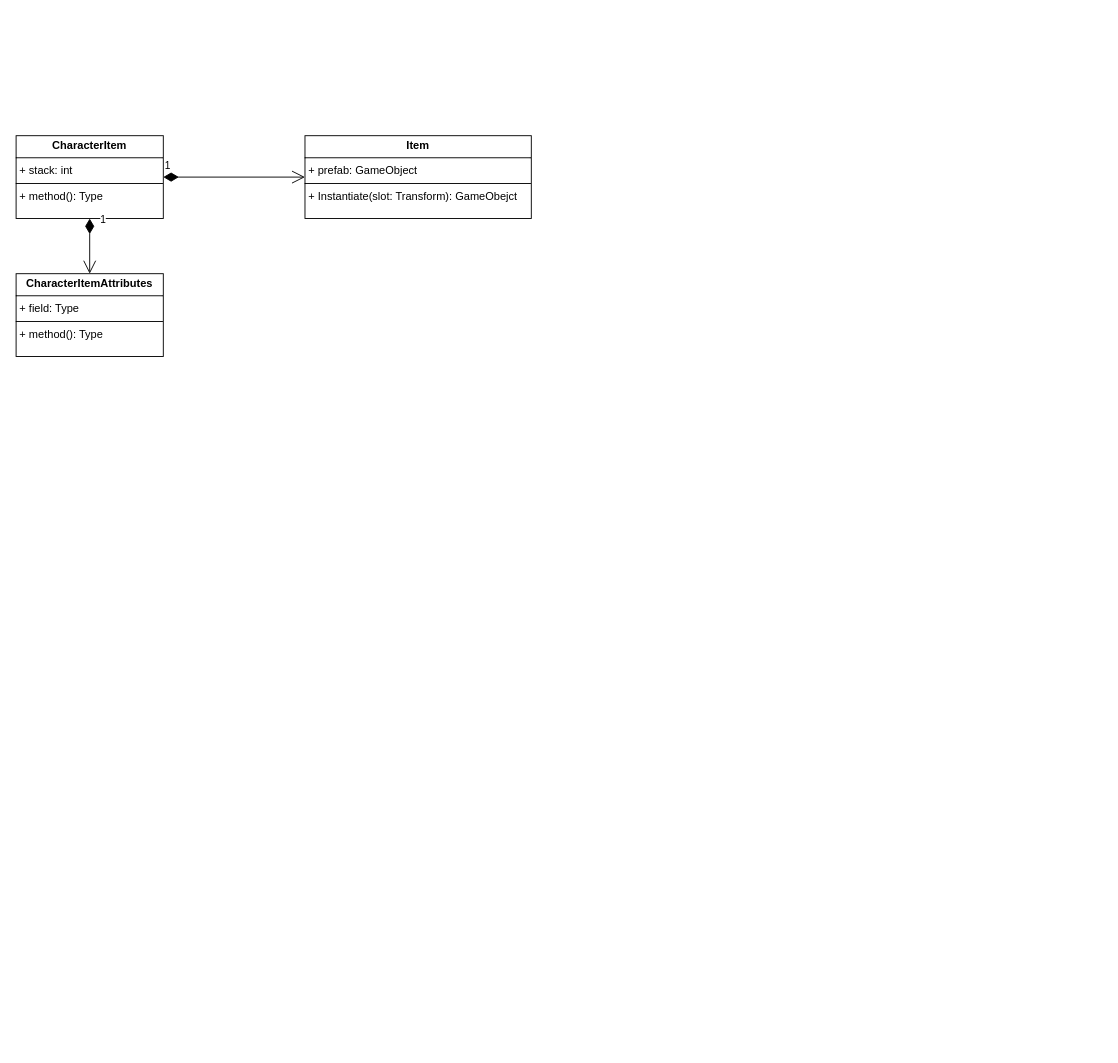
The draw.io diagram rpg.drawio in GameCater/DrawIO, before the edit. Source tidied: cells renumbered, new cells numbered last; positions are measured from the earlier drawing's top-left corner, leaving out a move shared by most shapes. Both pictures are drawn from the tidied source at 92%, with x=0, y=0 at pixel (16, 135).
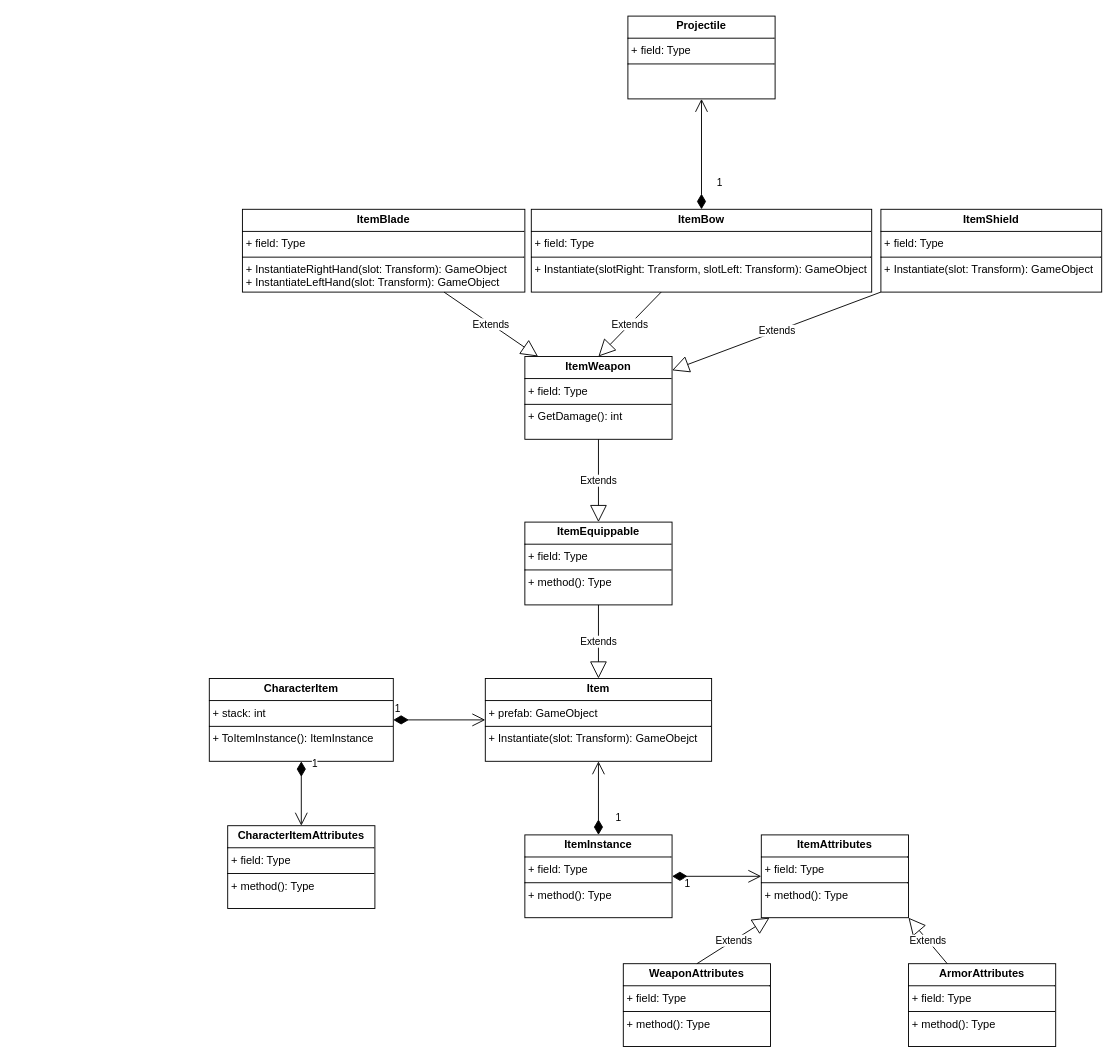
The same page after the edit.

The edit, as a diff of the source:
```diff
@@
     <mxCell id="2" value="&lt;p style=&quot;margin:0px;margin-top:4px;text-align:center;&quot;&gt;&lt;b&gt;Item&lt;/b&gt;&lt;/p&gt;&lt;hr size=&quot;1&quot; style=&quot;border-style:solid;&quot;&gt;&lt;p style=&quot;margin:0px;margin-left:4px;&quot;&gt;+ prefab: GameObject&lt;/p&gt;&lt;hr size=&quot;1&quot; style=&quot;border-style:solid;&quot;&gt;&lt;p style=&quot;margin:0px;margin-left:4px;&quot;&gt;+ Instantiate(slot: Transform): GameObejct&lt;/p&gt;" style="verticalAlign=top;align=left;overflow=fill;html=1;whiteSpace=wrap;" parent="1" vertex="1">
-      <mxGeometry x="314" width="246" height="90" as="geometry" />
+      <mxGeometry x="510" y="590" width="246" height="90" as="geometry" />
     </mxCell>
-    <mxCell id="3" value="&lt;p style=&quot;margin:0px;margin-top:4px;text-align:center;&quot;&gt;&lt;b&gt;CharacterItem&lt;/b&gt;&lt;/p&gt;&lt;hr size=&quot;1&quot; style=&quot;border-style:solid;&quot;&gt;&lt;p style=&quot;margin:0px;margin-left:4px;&quot;&gt;+ stack: int&lt;/p&gt;&lt;hr size=&quot;1&quot; style=&quot;border-style:solid;&quot;&gt;&lt;p style=&quot;margin:0px;margin-left:4px;&quot;&gt;+ method(): Type&lt;/p&gt;" style="verticalAlign=top;align=left;overflow=fill;html=1;whiteSpace=wrap;" parent="1" vertex="1">
-      <mxGeometry width="160" height="90" as="geometry" />
+    <mxCell id="3" value="&lt;p style=&quot;margin:0px;margin-top:4px;text-align:center;&quot;&gt;&lt;b&gt;CharacterItem&lt;/b&gt;&lt;/p&gt;&lt;hr size=&quot;1&quot; style=&quot;border-style:solid;&quot;&gt;&lt;p style=&quot;margin:0px;margin-left:4px;&quot;&gt;+ stack: int&lt;/p&gt;&lt;hr size=&quot;1&quot; style=&quot;border-style:solid;&quot;&gt;&lt;p style=&quot;margin:0px;margin-left:4px;&quot;&gt;+ ToItemInstance(): ItemInstance&lt;/p&gt;" style="verticalAlign=top;align=left;overflow=fill;html=1;whiteSpace=wrap;" parent="1" vertex="1">
+      <mxGeometry x="210" y="590" width="200" height="90" as="geometry" />
     </mxCell>
@@
     <mxCell id="5" value="&lt;p style=&quot;margin:0px;margin-top:4px;text-align:center;&quot;&gt;&lt;b&gt;CharacterItemAttributes&lt;/b&gt;&lt;/p&gt;&lt;hr size=&quot;1&quot; style=&quot;border-style:solid;&quot;&gt;&lt;p style=&quot;margin:0px;margin-left:4px;&quot;&gt;+ field: Type&lt;/p&gt;&lt;hr size=&quot;1&quot; style=&quot;border-style:solid;&quot;&gt;&lt;p style=&quot;margin:0px;margin-left:4px;&quot;&gt;+ method(): Type&lt;/p&gt;" style="verticalAlign=top;align=left;overflow=fill;html=1;whiteSpace=wrap;" parent="1" vertex="1">
-      <mxGeometry y="150" width="160" height="90" as="geometry" />
+      <mxGeometry x="230" y="750" width="160" height="90" as="geometry" />
     </mxCell>
@@
+    <mxCell id="7" value="&lt;p style=&quot;margin:0px;margin-top:4px;text-align:center;&quot;&gt;&lt;b&gt;ItemEquippable&lt;/b&gt;&lt;/p&gt;&lt;hr size=&quot;1&quot; style=&quot;border-style:solid;&quot;&gt;&lt;p style=&quot;margin:0px;margin-left:4px;&quot;&gt;+ field: Type&lt;/p&gt;&lt;hr size=&quot;1&quot; style=&quot;border-style:solid;&quot;&gt;&lt;p style=&quot;margin:0px;margin-left:4px;&quot;&gt;+ method(): Type&lt;/p&gt;" style="verticalAlign=top;align=left;overflow=fill;html=1;whiteSpace=wrap;" parent="1" vertex="1">
+      <mxGeometry x="553" y="420" width="160" height="90" as="geometry" />
+    </mxCell>
+    <mxCell id="8" value="Extends" style="endArrow=block;endSize=16;endFill=0;html=1;rounded=0;exitX=0.5;exitY=1;exitDx=0;exitDy=0;" parent="1" edge="1" source="7" target="2">
+      <mxGeometry relative="1" as="geometry" />
+    </mxCell>
+    <mxCell id="9" value="&lt;p style=&quot;margin:0px;margin-top:4px;text-align:center;&quot;&gt;&lt;b&gt;ItemInstance&lt;/b&gt;&lt;/p&gt;&lt;hr size=&quot;1&quot; style=&quot;border-style:solid;&quot;&gt;&lt;p style=&quot;margin:0px;margin-left:4px;&quot;&gt;+ field: Type&lt;/p&gt;&lt;hr size=&quot;1&quot; style=&quot;border-style:solid;&quot;&gt;&lt;p style=&quot;margin:0px;margin-left:4px;&quot;&gt;+ method(): Type&lt;/p&gt;" style="verticalAlign=top;align=left;overflow=fill;html=1;whiteSpace=wrap;" parent="1" vertex="1">
+      <mxGeometry x="553" y="760" width="160" height="90" as="geometry" />
+    </mxCell>
+    <mxCell id="10" value="1" style="endArrow=open;html=1;endSize=12;startArrow=diamondThin;startSize=14;startFill=1;edgeStyle=orthogonalEdgeStyle;align=left;verticalAlign=bottom;rounded=0;exitX=0.5;exitY=0;exitDx=0;exitDy=0;" parent="1" edge="1" source="9" target="2">
+      <mxGeometry x="-0.75" y="-17" relative="1" as="geometry" />
+    </mxCell>
+    <mxCell id="11" value="&lt;p style=&quot;margin:0px;margin-top:4px;text-align:center;&quot;&gt;&lt;b&gt;ItemAttributes&lt;/b&gt;&lt;/p&gt;&lt;hr size=&quot;1&quot; style=&quot;border-style:solid;&quot;&gt;&lt;p style=&quot;margin:0px;margin-left:4px;&quot;&gt;+ field: Type&lt;/p&gt;&lt;hr size=&quot;1&quot; style=&quot;border-style:solid;&quot;&gt;&lt;p style=&quot;margin:0px;margin-left:4px;&quot;&gt;+ method(): Type&lt;/p&gt;" style="verticalAlign=top;align=left;overflow=fill;html=1;whiteSpace=wrap;" parent="1" vertex="1">
+      <mxGeometry x="810" y="760" width="160" height="90" as="geometry" />
+    </mxCell>
+    <mxCell id="12" value="1" style="endArrow=open;html=1;endSize=12;startArrow=diamondThin;startSize=14;startFill=1;edgeStyle=orthogonalEdgeStyle;align=left;verticalAlign=bottom;rounded=0;exitX=1;exitY=0.5;exitDx=0;exitDy=0;" parent="1" edge="1" source="9" target="11">
+      <mxGeometry x="-0.75" y="-17" relative="1" as="geometry" />
+    </mxCell>
+    <mxCell id="13" value="&lt;p style=&quot;margin:0px;margin-top:4px;text-align:center;&quot;&gt;&lt;b&gt;WeaponAttributes&lt;/b&gt;&lt;/p&gt;&lt;hr size=&quot;1&quot; style=&quot;border-style:solid;&quot;&gt;&lt;p style=&quot;margin:0px;margin-left:4px;&quot;&gt;+ field: Type&lt;/p&gt;&lt;hr size=&quot;1&quot; style=&quot;border-style:solid;&quot;&gt;&lt;p style=&quot;margin:0px;margin-left:4px;&quot;&gt;+ method(): Type&lt;/p&gt;" style="verticalAlign=top;align=left;overflow=fill;html=1;whiteSpace=wrap;" parent="1" vertex="1">
+      <mxGeometry x="660" y="900" width="160" height="90" as="geometry" />
+    </mxCell>
+    <mxCell id="14" value="&lt;p style=&quot;margin:0px;margin-top:4px;text-align:center;&quot;&gt;&lt;b&gt;ArmorAttributes&lt;/b&gt;&lt;/p&gt;&lt;hr size=&quot;1&quot; style=&quot;border-style:solid;&quot;&gt;&lt;p style=&quot;margin:0px;margin-left:4px;&quot;&gt;+ field: Type&lt;/p&gt;&lt;hr size=&quot;1&quot; style=&quot;border-style:solid;&quot;&gt;&lt;p style=&quot;margin:0px;margin-left:4px;&quot;&gt;+ method(): Type&lt;/p&gt;" style="verticalAlign=top;align=left;overflow=fill;html=1;whiteSpace=wrap;" parent="1" vertex="1">
+      <mxGeometry x="970" y="900" width="160" height="90" as="geometry" />
+    </mxCell>
+    <mxCell id="15" value="Extends" style="endArrow=block;endSize=16;endFill=0;html=1;rounded=0;exitX=0.5;exitY=0;exitDx=0;exitDy=0;" parent="1" edge="1" source="13" target="11">
+      <mxGeometry relative="1" as="geometry" />
+    </mxCell>
+    <mxCell id="16" value="Extends" style="endArrow=block;endSize=16;endFill=0;html=1;rounded=0;entryX=1;entryY=1;entryDx=0;entryDy=0;" parent="1" edge="1" source="14" target="11">
+      <mxGeometry relative="1" as="geometry" />
+    </mxCell>
+    <mxCell id="17" value="&lt;p style=&quot;margin:0px;margin-top:4px;text-align:center;&quot;&gt;&lt;b&gt;ItemWeapon&lt;/b&gt;&lt;/p&gt;&lt;hr size=&quot;1&quot; style=&quot;border-style:solid;&quot;&gt;&lt;p style=&quot;margin:0px;margin-left:4px;&quot;&gt;+ field: Type&lt;/p&gt;&lt;hr size=&quot;1&quot; style=&quot;border-style:solid;&quot;&gt;&lt;p style=&quot;margin:0px;margin-left:4px;&quot;&gt;+ GetDamage(): int&lt;/p&gt;" style="verticalAlign=top;align=left;overflow=fill;html=1;whiteSpace=wrap;" parent="1" vertex="1">
+      <mxGeometry x="553" y="240" width="160" height="90" as="geometry" />
+    </mxCell>
+    <mxCell id="18" value="Extends" style="endArrow=block;endSize=16;endFill=0;html=1;rounded=0;entryX=0.5;entryY=0;entryDx=0;entryDy=0;" parent="1" edge="1" source="17" target="7">
+      <mxGeometry relative="1" as="geometry" />
+    </mxCell>
+    <mxCell id="19" value="&lt;p style=&quot;margin:0px;margin-top:4px;text-align:center;&quot;&gt;&lt;b&gt;ItemBlade&lt;/b&gt;&lt;/p&gt;&lt;hr size=&quot;1&quot; style=&quot;border-style:solid;&quot;&gt;&lt;p style=&quot;margin:0px;margin-left:4px;&quot;&gt;+ field: Type&lt;/p&gt;&lt;hr size=&quot;1&quot; style=&quot;border-style:solid;&quot;&gt;&lt;p style=&quot;margin:0px;margin-left:4px;&quot;&gt;+ InstantiateRightHand(slot: Transform): GameObject&lt;/p&gt;&lt;p style=&quot;margin:0px;margin-left:4px;&quot;&gt;+ InstantiateLeftHand(slot: Transform): GameObject&lt;br&gt;&lt;/p&gt;" style="verticalAlign=top;align=left;overflow=fill;html=1;whiteSpace=wrap;" parent="1" vertex="1">
+      <mxGeometry x="246" y="80" width="307" height="90" as="geometry" />
+    </mxCell>
+    <mxCell id="20" value="Extends" style="endArrow=block;endSize=16;endFill=0;html=1;rounded=0;" parent="1" edge="1" source="19" target="17">
+      <mxGeometry relative="1" as="geometry" />
+    </mxCell>
+    <mxCell id="21" value="&lt;p style=&quot;margin:0px;margin-top:4px;text-align:center;&quot;&gt;&lt;b&gt;ItemBow&lt;/b&gt;&lt;/p&gt;&lt;hr size=&quot;1&quot; style=&quot;border-style:solid;&quot;&gt;&lt;p style=&quot;margin:0px;margin-left:4px;&quot;&gt;+ field: Type&lt;/p&gt;&lt;hr size=&quot;1&quot; style=&quot;border-style:solid;&quot;&gt;&lt;p style=&quot;margin:0px;margin-left:4px;&quot;&gt;+ Instantiate(slotRight: Transform, slotLeft: Transform): GameObject&lt;/p&gt;" style="verticalAlign=top;align=left;overflow=fill;html=1;whiteSpace=wrap;" parent="1" vertex="1">
+      <mxGeometry x="560" y="80" width="370" height="90" as="geometry" />
+    </mxCell>
+    <mxCell id="22" value="Extends" style="endArrow=block;endSize=16;endFill=0;html=1;rounded=0;entryX=0.5;entryY=0;entryDx=0;entryDy=0;" parent="1" edge="1" source="21" target="17">
+      <mxGeometry relative="1" as="geometry" />
+    </mxCell>
+    <mxCell id="23" value="&lt;p style=&quot;margin:0px;margin-top:4px;text-align:center;&quot;&gt;&lt;b&gt;Projectile&lt;/b&gt;&lt;/p&gt;&lt;hr size=&quot;1&quot; style=&quot;border-style:solid;&quot;&gt;&lt;p style=&quot;margin:0px;margin-left:4px;&quot;&gt;+ field: Type&lt;/p&gt;&lt;hr size=&quot;1&quot; style=&quot;border-style:solid;&quot;&gt;&lt;p style=&quot;margin:0px;margin-left:4px;&quot;&gt;&lt;br&gt;&lt;/p&gt;" style="verticalAlign=top;align=left;overflow=fill;html=1;whiteSpace=wrap;" parent="1" vertex="1">
+      <mxGeometry x="665" y="-130" width="160" height="90" as="geometry" />
+    </mxCell>
+    <mxCell id="24" value="1" style="endArrow=open;html=1;endSize=12;startArrow=diamondThin;startSize=14;startFill=1;edgeStyle=orthogonalEdgeStyle;align=left;verticalAlign=bottom;rounded=0;" parent="1" edge="1" source="21" target="23">
+      <mxGeometry x="-0.67" y="-15" relative="1" as="geometry" />
+    </mxCell>
+    <mxCell id="25" value="&lt;p style=&quot;margin:0px;margin-top:4px;text-align:center;&quot;&gt;&lt;b&gt;ItemShield&lt;/b&gt;&lt;/p&gt;&lt;hr size=&quot;1&quot; style=&quot;border-style:solid;&quot;&gt;&lt;p style=&quot;margin:0px;margin-left:4px;&quot;&gt;+ field: Type&lt;/p&gt;&lt;hr size=&quot;1&quot; style=&quot;border-style:solid;&quot;&gt;&lt;p style=&quot;margin:0px;margin-left:4px;&quot;&gt;+ Instantiate(slot: Transform): GameObject&lt;/p&gt;" style="verticalAlign=top;align=left;overflow=fill;html=1;whiteSpace=wrap;" parent="1" vertex="1">
+      <mxGeometry x="940" y="80" width="240" height="90" as="geometry" />
+    </mxCell>
+    <mxCell id="26" value="Extends" style="endArrow=block;endSize=16;endFill=0;html=1;rounded=0;" parent="1" edge="1" source="25" target="17">
+      <mxGeometry relative="1" as="geometry" />
+    </mxCell>
```
